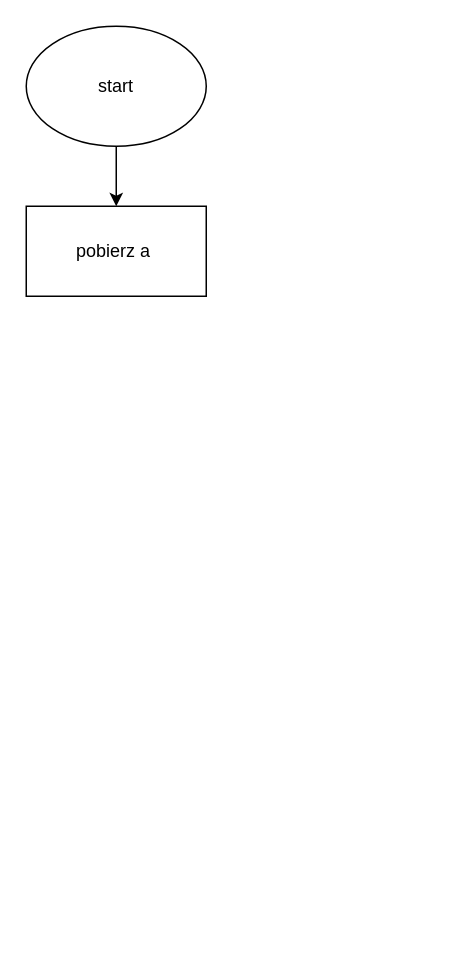
adamczewskyy/algorytmy keeps this draw.io diagram as wartość-bezwzględna.drawio. Above is the earlier version. Source tidied: cells renumbered, new cells numbered last; positions are measured from the earlier drawing's top-left corner, leaving out a move shared by most shapes. Both pictures are drawn from the tidied source at 150%, with x=0, y=0 at pixel (26, 26).
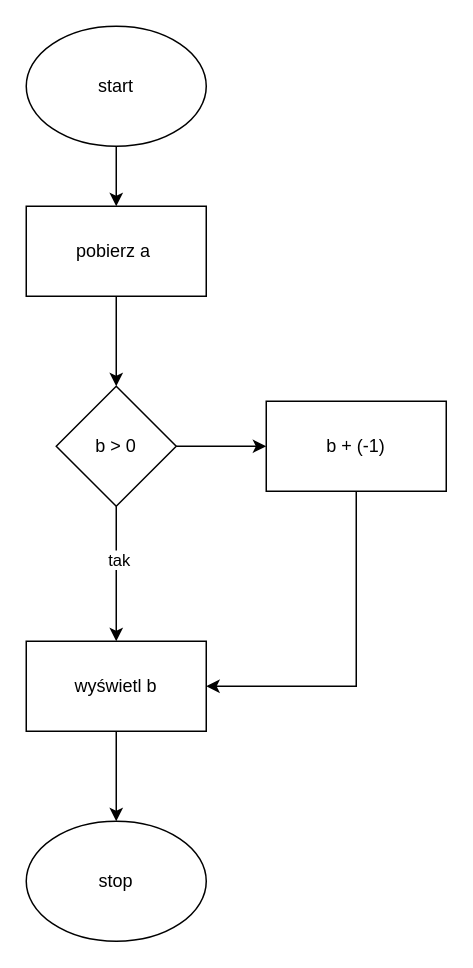
The same diagram, later.

Change to the diagram source:
```diff
@@
 <mxGraphModel>
   <root>
     <mxCell id="0" />
     <mxCell id="1" parent="0" />
     <mxCell id="2" style="edgeStyle=orthogonalEdgeStyle;rounded=0;jettySize=auto;html=1;" parent="1" edge="1" source="3" target="4">
       <mxGeometry relative="1" as="geometry" />
     </mxCell>
     <mxCell id="3" value="start" style="ellipse;whiteSpace=wrap;html=1;" parent="1" vertex="1">
       <mxGeometry width="120" height="80" as="geometry" />
     </mxCell>
+    <mxCell id="5" style="edgeStyle=orthogonalEdgeStyle;rounded=0;jettySize=auto;html=1;" parent="1" edge="1" source="4" target="10">
+      <mxGeometry relative="1" as="geometry" />
+    </mxCell>
     <mxCell id="4" value="pobierz a&amp;nbsp;" style="rounded=0;whiteSpace=wrap;html=1;" parent="1" vertex="1">
       <mxGeometry y="120" width="120" height="60" as="geometry" />
     </mxCell>
+    <mxCell id="6" value="stop" style="ellipse;whiteSpace=wrap;html=1;" parent="1" vertex="1">
+      <mxGeometry y="530" width="120" height="80" as="geometry" />
+    </mxCell>
+    <mxCell id="7" style="edgeStyle=orthogonalEdgeStyle;rounded=0;jettySize=auto;html=1;" parent="1" edge="1" source="10" target="12">
+      <mxGeometry relative="1" as="geometry" />
+    </mxCell>
+    <mxCell id="8" style="edgeStyle=orthogonalEdgeStyle;rounded=0;jettySize=auto;html=1;" parent="1" edge="1" source="10" target="14">
+      <mxGeometry relative="1" as="geometry">
+        <Array as="points">
+          <mxPoint x="60" y="360" />
+          <mxPoint x="60" y="360" />
+        </Array>
+      </mxGeometry>
+    </mxCell>
+    <mxCell id="9" value="tak" style="edgeLabel;html=1;align=center;verticalAlign=middle;" parent="8" vertex="1">
+      <mxGeometry x="-0.22" y="1" relative="1" as="geometry" />
+    </mxCell>
+    <mxCell id="10" value="b &amp;gt; 0" style="rhombus;whiteSpace=wrap;html=1;" parent="1" vertex="1">
+      <mxGeometry x="20" y="240" width="80" height="80" as="geometry" />
+    </mxCell>
+    <mxCell id="11" style="edgeStyle=orthogonalEdgeStyle;rounded=0;jettySize=auto;html=1;entryX=1;entryY=0.5;entryDx=0;entryDy=0;" parent="1" edge="1" source="12" target="14">
+      <mxGeometry relative="1" as="geometry">
+        <Array as="points">
+          <mxPoint x="220" y="440" />
+        </Array>
+      </mxGeometry>
+    </mxCell>
+    <mxCell id="12" value="b + (-1)" style="rounded=0;whiteSpace=wrap;html=1;" parent="1" vertex="1">
+      <mxGeometry x="160" y="250" width="120" height="60" as="geometry" />
+    </mxCell>
+    <mxCell id="13" style="edgeStyle=orthogonalEdgeStyle;rounded=0;jettySize=auto;html=1;" parent="1" edge="1" source="14" target="6">
+      <mxGeometry relative="1" as="geometry" />
+    </mxCell>
+    <mxCell id="14" value="wyświetl b" style="rounded=0;whiteSpace=wrap;html=1;" parent="1" vertex="1">
+      <mxGeometry y="410" width="120" height="60" as="geometry" />
+    </mxCell>
   </root>
 </mxGraphModel>
```
